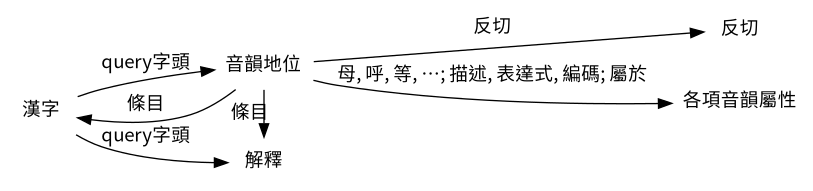
Earlier version of the Graphviz export demo/qieyun.png (nk2028/tshet-uinh-js). Its source is kept beside it as demo/qieyun.dot.
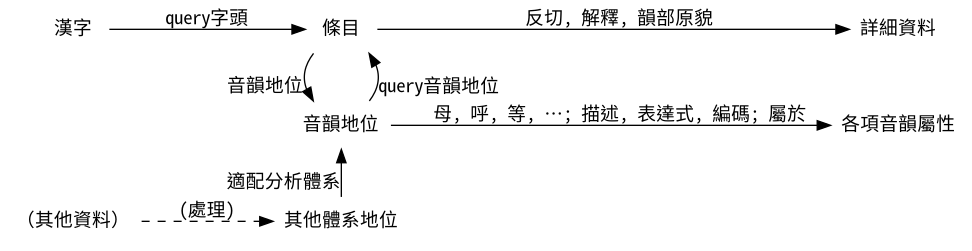
Later version of the same file.

Commit message:
Update structure graph

What changed in the source:
```diff
@@ -1,18 +1,23 @@
 digraph {
     graph [fontname="Noto Sans CJK HK"]
     node [fontname="Noto Sans CJK HK"]
-    edge [fontname="Noto Sans CJK HK"]
+    edge [fontname="Noto Sans Mono CJK HK"]
     node [shape=plaintext]
     rankdir=LR
-    漢字 -> 音韻地位 [label="query字頭"]
-    漢字 -> 解釋 [label="query字頭"]
-    音韻地位 -> 漢字 [label="條目"]
-    音韻地位 -> 解釋 [label="條目"]
-    音韻地位 -> 反切 [label="反切"]
+
+    漢字 -> 條目 [label="query字頭"]
+    條目 -> 詳細資料 [label="反切, 解釋, 韻部原貌"]
+
     音韻地位 -> 各項音韻屬性 [label="母, 呼, 等, …; 描述, 表達式, 編碼; 屬於"]
-    subgraph subs {
-        rank=same
-        音韻地位
-        解釋
+
+    （其他資料） -> 其他體系地位 [label="(處理)" style=dashed]
+
+    { rank=same 條目 音韻地位 其他體系地位 }
+
+    {
+        edge[constraint=false]
+        音韻地位 -> 條目 [xlabel="query音韻地位"]
+        條目 -> 音韻地位 [xlabel="音韻地位"]
+        其他體系地位 -> 音韻地位 [xlabel="適配分析體系"]
     }
 }
```
